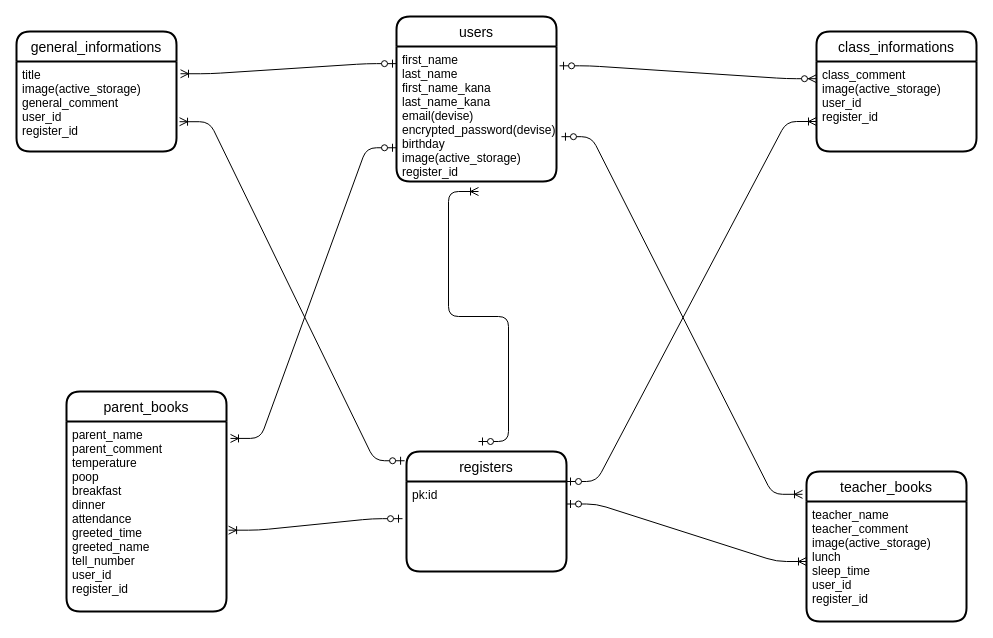
Above: page "ページ1" (1 of 2) of app/contact.dio in JukiyaKikuchi/contact (draw.io), before the change. Source tidied: cells renumbered, new cells numbered last; positions are measured from the earlier drawing's top-left corner, leaving out a move shared by most shapes. Both pictures are drawn from the tidied source at 100%, with x=0, y=0 at pixel (16, 16).
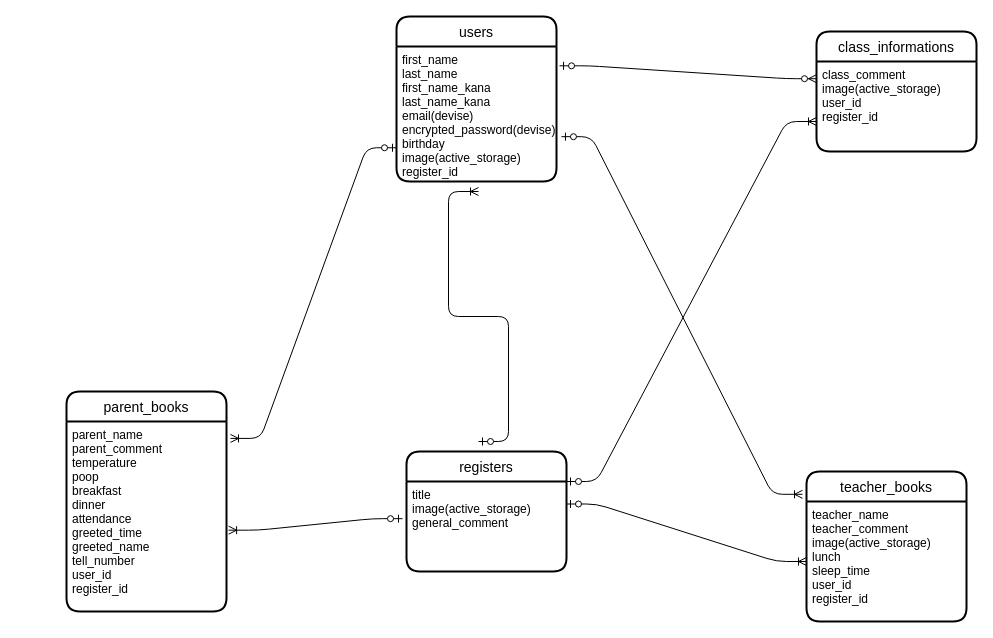
Above is the later version.

Commit message (it also covers changes not shown here):
general_infテーブル削除→registersテーブルへ統合

Unchanged cells that the change refers to:
```xml
<mxCell id="3" value="first_name&#10;last_name&#10;first_name_kana&#10;last_name_kana&#10;email(devise)&#10;encrypted_password(devise)&#10;birthday&#10;image(active_storage)&#10;register_id" style="align=left;strokeColor=none;fillColor=none;spacingLeft=4;fontSize=12;verticalAlign=top;" parent="2" vertex="1">
  <mxGeometry y="30" width="160" height="135" as="geometry" />
</mxCell>
<mxCell id="12" value="registers" style="swimlane;horizontal=1;startSize=30;rounded=1;fontSize=14;fontStyle=0;strokeWidth=2;shadow=0;dashed=0;align=center;" parent="1" vertex="1">
  <mxGeometry x="390" y="435" width="160" height="120" as="geometry" />
</mxCell>
```

What changed in the source:
```diff
@@
-    <mxCell id="6" value="general_informations" style="swimlane;horizontal=1;startSize=30;rounded=1;fontSize=14;fontStyle=0;strokeWidth=2;shadow=0;dashed=0;align=center;" parent="1" vertex="1">
-      <mxGeometry y="15" width="160" height="120" as="geometry" />
-    </mxCell>
-    <mxCell id="7" value="title&#10;image(active_storage)&#10;general_comment&#10;user_id&#10;register_id" style="align=left;strokeColor=none;fillColor=none;spacingLeft=4;fontSize=12;verticalAlign=top;" parent="6" vertex="1">
-      <mxGeometry y="30" width="160" height="90" as="geometry" />
-    </mxCell>
@@
-    <mxCell id="13" value="pk:id" style="align=left;strokeColor=none;fillColor=none;spacingLeft=4;fontSize=12;verticalAlign=top;" parent="12" vertex="1">
+    <mxCell id="13" value="title&#10;image(active_storage)&#10;general_comment&#10;" style="align=left;strokeColor=none;fillColor=none;spacingLeft=4;fontSize=12;verticalAlign=top;" parent="12" vertex="1">
       <mxGeometry y="30" width="160" height="90" as="geometry" />
     </mxCell>
@@
-    <mxCell id="15" style="edgeStyle=entityRelationEdgeStyle;fontSize=12;html=1;endArrow=ERoneToMany;startArrow=ERzeroToOne;exitX=0;exitY=0.127;exitDx=0;exitDy=0;entryX=1.025;entryY=0.136;entryDx=0;entryDy=0;entryPerimeter=0;exitPerimeter=0;" parent="1" edge="1" source="3" target="7">
-      <mxGeometry relative="1" as="geometry" />
-    </mxCell>
@@
-    <mxCell id="22" style="edgeStyle=entityRelationEdgeStyle;fontSize=12;html=1;endArrow=ERoneToMany;startArrow=ERzeroToOne;entryX=1.019;entryY=0.669;entryDx=0;entryDy=0;entryPerimeter=0;exitX=-0.012;exitY=0.077;exitDx=0;exitDy=0;exitPerimeter=0;" parent="1" edge="1" source="12" target="7">
-      <mxGeometry relative="1" as="geometry" />
-    </mxCell>
```
